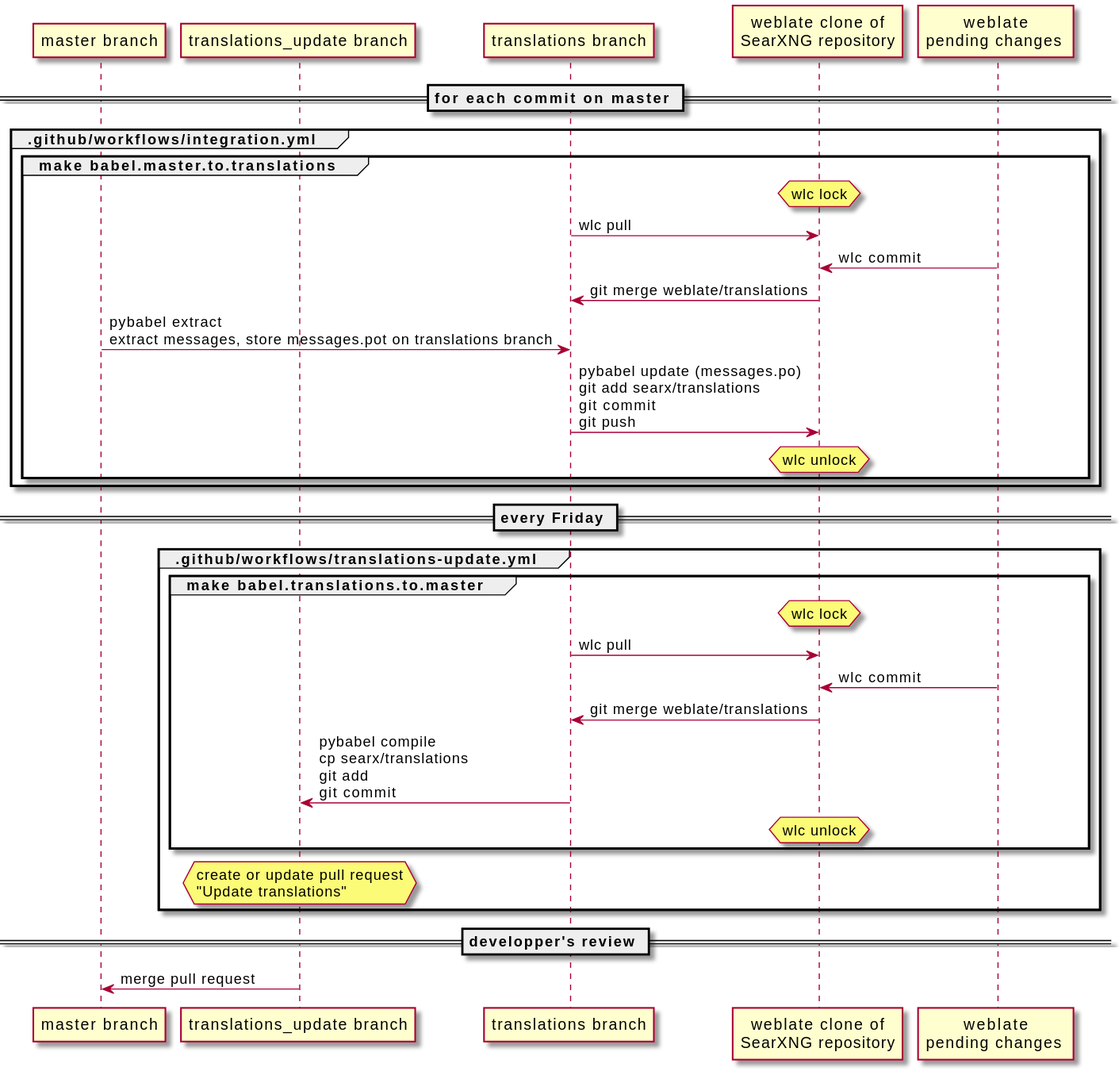
Above: docs/dev/translation.svg in searxng/searxng (PlantUML), before the change.
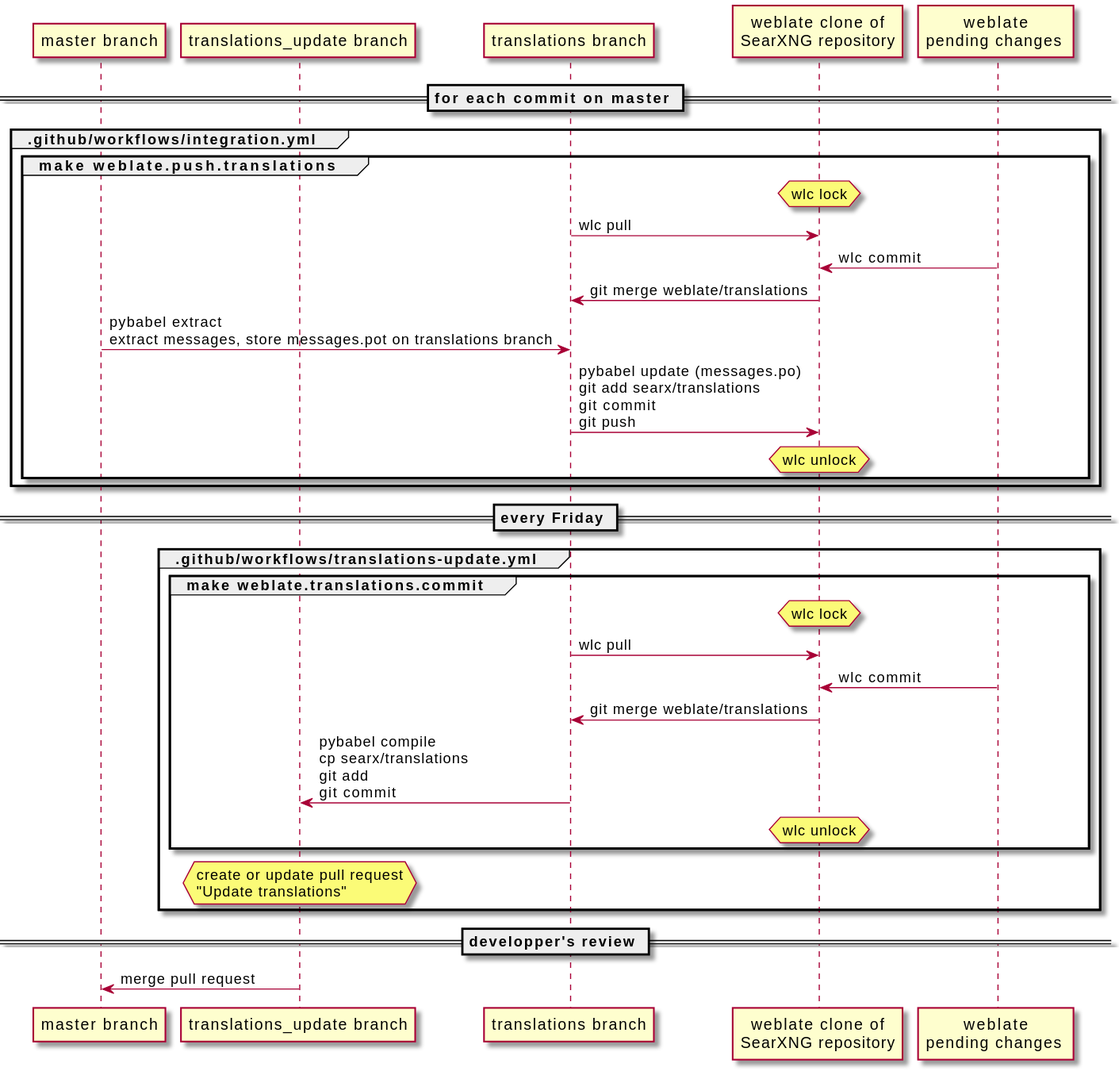
Above is the later version.

Commit message:
[translations] ./manage rename shell functions to integrate weblate

The edit, as a diff of the source:
```diff
@@ -8,7 +8,7 @@
 == for each commit on master ==
 
 group .github/workflows/integration.yml
-  group make babel.master.to.translations
+  group make weblate.push.translations
     hnote over weblate : wlc lock
     translations -> weblate: wlc pull
     weblate_change -> weblate: wlc commit
@@ -22,7 +22,7 @@
 == every Friday ==
 
 group .github/workflows/translations-update.yml
-  group make babel.translations.to.master
+  group make weblate.translations.commit
     hnote over weblate : wlc lock
     translations -> weblate: wlc pull
     weblate_change -> weblate: wlc commit
```
